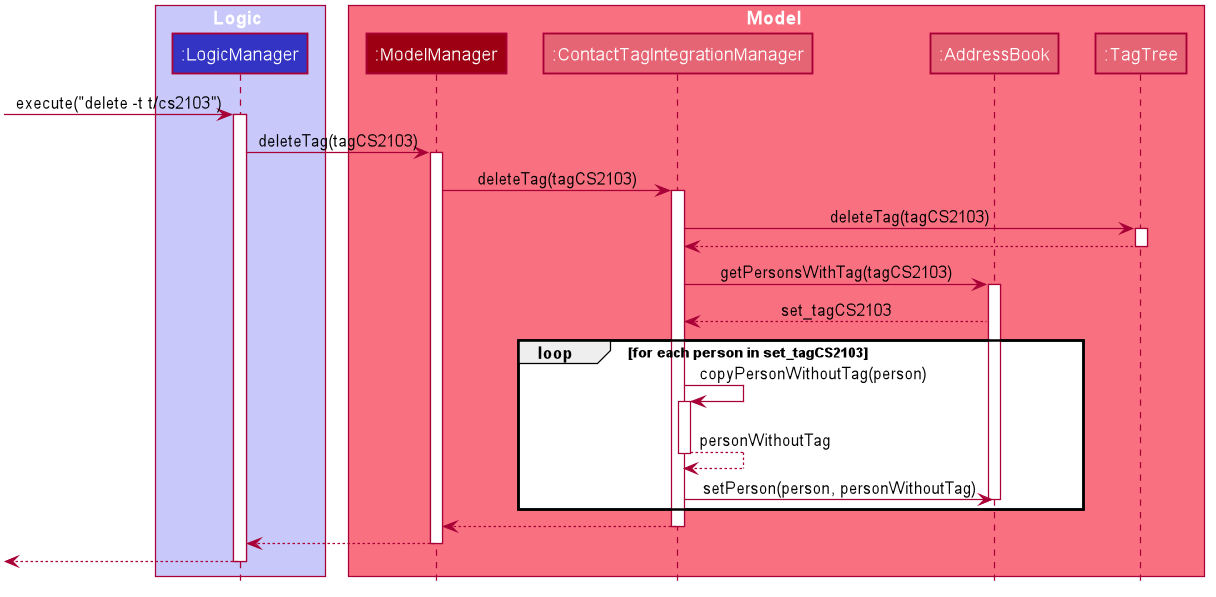
Above: docs/images/DeleteTagSequenceDiagram.png in solkim-83/tp (PlantUML), before the change.
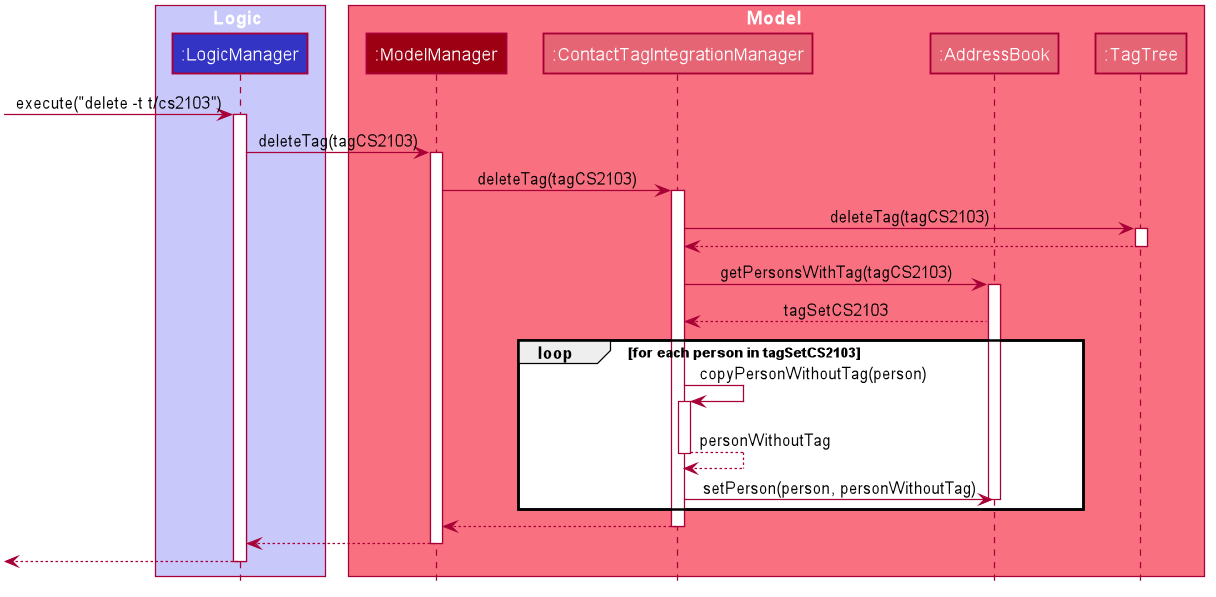
The same diagram one commit later.

Diff of the diagram source:
```diff
@@ -77,9 +77,9 @@
 ContactTagIntegrationManager -> AddressBook : getPersonsWithTag(tagCS2103)
 activate AddressBook
 
-AddressBook --> ContactTagIntegrationManager : set_tagCS2103
+AddressBook --> ContactTagIntegrationManager : tagSetCS2103
 
-loop for each person in set_tagCS2103
+loop for each person in tagSetCS2103
 
 ContactTagIntegrationManager -> ContactTagIntegrationManager : copyPersonWithoutTag(person)
 activate ContactTagIntegrationManager
```
